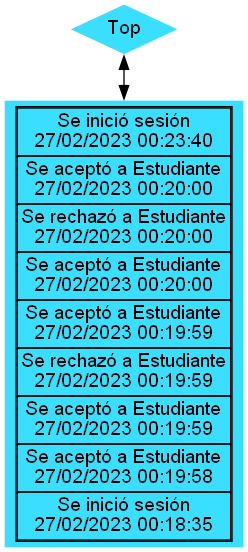
robinbuezo11/EDD_1S2023_PY_201944994 keeps this Graphviz diagram as EDD_Proyecto1_Fase1/Bitacora de Admin(Stack).png. Above is the earlier version. Its source is kept beside it as EDD_Proyecto1_Fase1/Bitacora de Admin(Stack).dot.
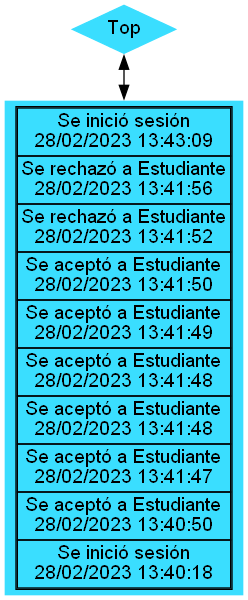
The same file after the commit.

Change to the diagram source:
```diff
@@ -3,14 +3,15 @@
 edge [dir=both]
 rankdir=TB;
 Top [shape=Mdiamond]
-N[label=<<table cellspacing="0"><tr><td>Se inició sesión<br/>27/02/2023 00:23:40</td></tr>
-<tr><td>Se aceptó a Estudiante<br/>27/02/2023 00:20:00</td></tr>
-<tr><td>Se rechazó a Estudiante<br/>27/02/2023 00:20:00</td></tr>
-<tr><td>Se aceptó a Estudiante<br/>27/02/2023 00:20:00</td></tr>
-<tr><td>Se aceptó a Estudiante<br/>27/02/2023 00:19:59</td></tr>
-<tr><td>Se rechazó a Estudiante<br/>27/02/2023 00:19:59</td></tr>
-<tr><td>Se aceptó a Estudiante<br/>27/02/2023 00:19:59</td></tr>
-<tr><td>Se aceptó a Estudiante<br/>27/02/2023 00:19:58</td></tr>
-<tr><td>Se inició sesión<br/>27/02/2023 00:18:35</td></tr></table>>]
+N[label=<<table cellspacing="0"><tr><td>Se inició sesión<br/>28/02/2023 13:43:09</td></tr>
+<tr><td>Se rechazó a Estudiante<br/>28/02/2023 13:41:56</td></tr>
+<tr><td>Se rechazó a Estudiante<br/>28/02/2023 13:41:52</td></tr>
+<tr><td>Se aceptó a Estudiante<br/>28/02/2023 13:41:50</td></tr>
+<tr><td>Se aceptó a Estudiante<br/>28/02/2023 13:41:49</td></tr>
+<tr><td>Se aceptó a Estudiante<br/>28/02/2023 13:41:48</td></tr>
+<tr><td>Se aceptó a Estudiante<br/>28/02/2023 13:41:48</td></tr>
+<tr><td>Se aceptó a Estudiante<br/>28/02/2023 13:41:47</td></tr>
+<tr><td>Se aceptó a Estudiante<br/>28/02/2023 13:40:50</td></tr>
+<tr><td>Se inició sesión<br/>28/02/2023 13:40:18</td></tr></table>>]
 Top -> N
 }
```
